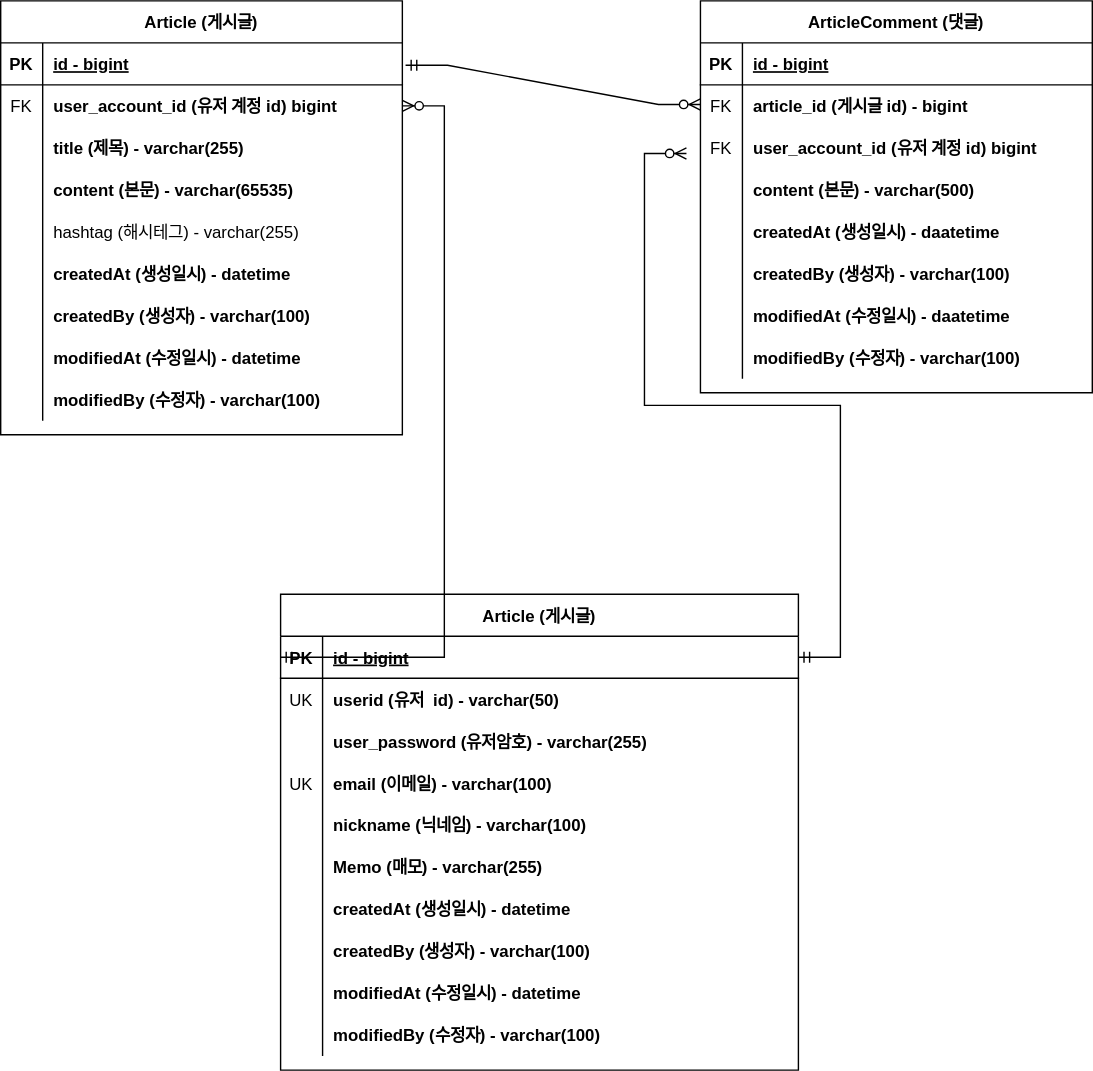
This is document/project-board-erd.svg from godori93/board, a draw.io export, as it was before one commit. Source tidied: cells renumbered, new cells last; positions are measured from the earlier drawing's top-left corner, leaving out a move shared by most shapes.
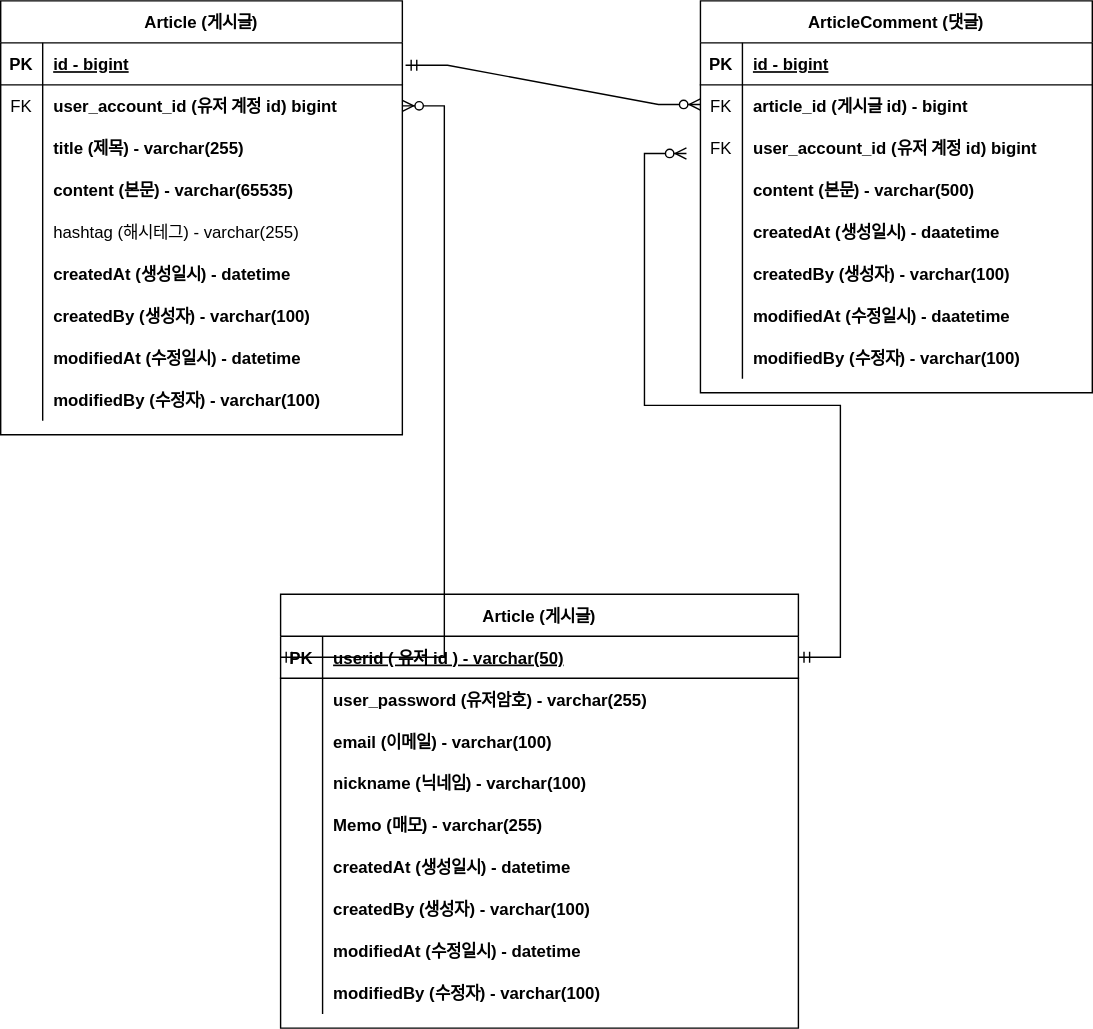
Above is the later version.

Change to the diagram source:
```diff
@@ -168,7 +168,7 @@
       </mxGeometry>
     </mxCell>
     <mxCell id="56" value="Article (게시글)" style="shape=table;startSize=30;rowLines=0;fontStyle=1;align=center;fillColor=none;" parent="1" vertex="1">
-      <mxGeometry x="200" y="424" width="370" height="340" as="geometry" />
+      <mxGeometry x="200" y="424" width="370" height="310" as="geometry" />
     </mxCell>
     <mxCell id="57" style="shape=partialRectangle;fillColor=none;points=[[0,0.5],[1,0.5]];portConstraint=eastwest;top=0;left=0;right=0;bottom=1;" parent="56" vertex="1">
       <mxGeometry y="30" width="370" height="30" as="geometry" />
@@ -176,20 +176,11 @@
     <mxCell id="58" value="PK" style="shape=partialRectangle;overflow=hidden;fillColor=none;top=0;left=0;bottom=0;right=0;fontStyle=1;" parent="57" vertex="1">
       <mxGeometry width="30" height="30" as="geometry" />
     </mxCell>
-    <mxCell id="59" value="id - bigint" style="shape=partialRectangle;overflow=hidden;fillColor=none;top=0;left=0;bottom=0;right=0;align=left;spacingLeft=6;fontStyle=5;" parent="57" vertex="1">
+    <mxCell id="59" value="userid ( 유저 id ) - varchar(50)" style="shape=partialRectangle;overflow=hidden;fillColor=none;top=0;left=0;bottom=0;right=0;align=left;spacingLeft=6;fontStyle=5;" parent="57" vertex="1">
       <mxGeometry x="30" width="340" height="30" as="geometry" />
     </mxCell>
-    <mxCell id="60" style="shape=partialRectangle;fillColor=none;top=0;left=0;right=0;bottom=0;" parent="56" vertex="1">
-      <mxGeometry y="60" width="370" height="30" as="geometry" />
-    </mxCell>
-    <mxCell id="61" value="UK" style="shape=partialRectangle;overflow=hidden;fillColor=none;top=0;left=0;bottom=0;right=0;" parent="60" vertex="1">
-      <mxGeometry width="30" height="30" as="geometry" />
-    </mxCell>
-    <mxCell id="62" value="userid (유저  id) - varchar(50)" style="shape=partialRectangle;overflow=hidden;fillColor=none;top=0;left=0;bottom=0;right=0;align=left;spacingLeft=6;fontStyle=1;" parent="60" vertex="1">
-      <mxGeometry x="30" width="340" height="30" as="geometry" />
-    </mxCell>
     <mxCell id="63" style="shape=partialRectangle;fillColor=none;top=0;left=0;right=0;bottom=0;" parent="56" vertex="1">
-      <mxGeometry y="90" width="370" height="30" as="geometry" />
+      <mxGeometry y="60" width="370" height="30" as="geometry" />
     </mxCell>
     <mxCell id="64" style="shape=partialRectangle;overflow=hidden;fillColor=none;top=0;left=0;bottom=0;right=0;" parent="63" vertex="1">
       <mxGeometry width="30" height="30" as="geometry" />
@@ -198,16 +189,16 @@
       <mxGeometry x="30" width="340" height="30" as="geometry" />
     </mxCell>
     <mxCell id="66" style="shape=partialRectangle;fillColor=none;top=0;left=0;right=0;bottom=0;" parent="56" vertex="1">
-      <mxGeometry y="120" width="370" height="30" as="geometry" />
+      <mxGeometry y="90" width="370" height="30" as="geometry" />
     </mxCell>
-    <mxCell id="67" value="UK" style="shape=partialRectangle;overflow=hidden;fillColor=none;top=0;left=0;bottom=0;right=0;" parent="66" vertex="1">
+    <mxCell id="67" style="shape=partialRectangle;overflow=hidden;fillColor=none;top=0;left=0;bottom=0;right=0;" parent="66" vertex="1">
       <mxGeometry width="30" height="30" as="geometry" />
     </mxCell>
     <mxCell id="68" value="email (이메일) - varchar(100)" style="shape=partialRectangle;overflow=hidden;fillColor=none;top=0;left=0;bottom=0;right=0;align=left;spacingLeft=6;fontStyle=1;" parent="66" vertex="1">
       <mxGeometry x="30" width="340" height="30" as="geometry" />
     </mxCell>
     <mxCell id="69" style="shape=partialRectangle;fillColor=none;top=0;left=0;right=0;bottom=0;" parent="56" vertex="1">
-      <mxGeometry y="150" width="370" height="30" as="geometry" />
+      <mxGeometry y="120" width="370" height="30" as="geometry" />
     </mxCell>
     <mxCell id="70" style="shape=partialRectangle;overflow=hidden;fillColor=none;top=0;left=0;bottom=0;right=0;" parent="69" vertex="1">
       <mxGeometry width="30" height="30" as="geometry" />
@@ -216,7 +207,7 @@
       <mxGeometry x="30" width="340" height="30" as="geometry" />
     </mxCell>
     <mxCell id="72" style="shape=partialRectangle;fillColor=none;top=0;left=0;right=0;bottom=0;" parent="56" vertex="1">
-      <mxGeometry y="180" width="370" height="30" as="geometry" />
+      <mxGeometry y="150" width="370" height="30" as="geometry" />
     </mxCell>
     <mxCell id="73" style="shape=partialRectangle;overflow=hidden;fillColor=none;top=0;left=0;bottom=0;right=0;" parent="72" vertex="1">
       <mxGeometry width="30" height="30" as="geometry" />
@@ -225,7 +216,7 @@
       <mxGeometry x="30" width="340" height="30" as="geometry" />
     </mxCell>
     <mxCell id="75" style="shape=partialRectangle;fillColor=none;top=0;left=0;right=0;bottom=0;" parent="56" vertex="1">
-      <mxGeometry y="210" width="370" height="30" as="geometry" />
+      <mxGeometry y="180" width="370" height="30" as="geometry" />
     </mxCell>
     <mxCell id="76" style="shape=partialRectangle;overflow=hidden;fillColor=none;top=0;left=0;bottom=0;right=0;" parent="75" vertex="1">
       <mxGeometry width="30" height="30" as="geometry" />
@@ -234,7 +225,7 @@
       <mxGeometry x="30" width="340" height="30" as="geometry" />
     </mxCell>
     <mxCell id="78" style="shape=partialRectangle;fillColor=none;top=0;left=0;right=0;bottom=0;" parent="56" vertex="1">
-      <mxGeometry y="240" width="370" height="30" as="geometry" />
+      <mxGeometry y="210" width="370" height="30" as="geometry" />
     </mxCell>
     <mxCell id="79" style="shape=partialRectangle;overflow=hidden;fillColor=none;top=0;left=0;bottom=0;right=0;" parent="78" vertex="1">
       <mxGeometry width="30" height="30" as="geometry" />
@@ -243,7 +234,7 @@
       <mxGeometry x="30" width="340" height="30" as="geometry" />
     </mxCell>
     <mxCell id="81" style="shape=partialRectangle;fillColor=none;top=0;left=0;right=0;bottom=0;" parent="56" vertex="1">
-      <mxGeometry y="270" width="370" height="30" as="geometry" />
+      <mxGeometry y="240" width="370" height="30" as="geometry" />
     </mxCell>
     <mxCell id="82" style="shape=partialRectangle;overflow=hidden;fillColor=none;top=0;left=0;bottom=0;right=0;" parent="81" vertex="1">
       <mxGeometry width="30" height="30" as="geometry" />
@@ -252,7 +243,7 @@
       <mxGeometry x="30" width="340" height="30" as="geometry" />
     </mxCell>
     <mxCell id="84" style="shape=partialRectangle;fillColor=none;top=0;left=0;right=0;bottom=0;" parent="56" vertex="1">
-      <mxGeometry y="300" width="370" height="30" as="geometry" />
+      <mxGeometry y="270" width="370" height="30" as="geometry" />
     </mxCell>
     <mxCell id="85" style="shape=partialRectangle;overflow=hidden;fillColor=none;top=0;left=0;bottom=0;right=0;" parent="84" vertex="1">
       <mxGeometry width="30" height="30" as="geometry" />
```
